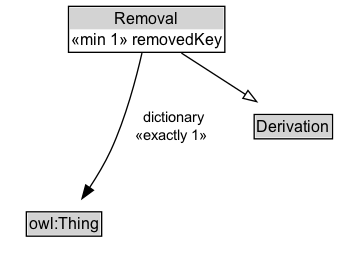
Earlier version of the Graphviz export docs/diagrams/Removal.dot.png (k-vaughn/ontology-import-prov). Its source is kept beside it as docs/diagrams/Removal.dot.
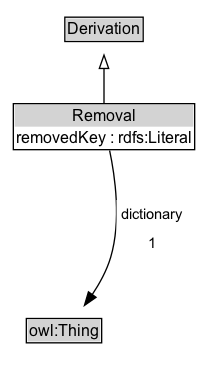
The same file after the commit.

The edit, as a diff of the source:
```diff
@@ -2,19 +2,22 @@
 	graph [overlap=false rankdir=TB splines=true]
 	node [fontname=Arial fontsize=12 margin=0 shape=none]
 	edge [fontname=Arial fontsize=11]
-	Removal [label=<<TABLE BORDER="1" CELLBORDER="0" CELLSPACING="0" CELLPADDING="1"><TR><TD BGCOLOR="lightgray" ALIGN="CENTER">Removal</TD></TR><TR><TD ALIGN="LEFT">«min 1» removedKey</TD></TR></TABLE>> URL="../Removal" margin=0]
+	{
+		rank=source
+		Derivation [label=<<TABLE BORDER="1" CELLBORDER="0" CELLSPACING="0" CELLPADDING="1"><TR><TD BGCOLOR="lightgray" ALIGN="CENTER">Derivation</TD></TR></TABLE>> URL="../Derivation" margin=0]
+	}
+	Removal [label=<<TABLE BORDER="1" CELLBORDER="0" CELLSPACING="0" CELLPADDING="1"><TR><TD BGCOLOR="lightgray" ALIGN="CENTER">Removal</TD></TR><TR><TD ALIGN="LEFT">removedKey : rdfs:Literal</TD></TR></TABLE>> URL="../Removal" margin=0]
 	{
 		rank=max
 	}
 	subgraph cluster_associated {
 		label="" style=invis
 		Invis [label=<<TABLE BORDER="0" CELLBORDER="0" CELLSPACING="0" CELLPADDING="1"><TR><TD></TD></TR></TABLE>> margin=0 style=invis]
-		owl_Thing [label=<<TABLE BORDER="1" CELLBORDER="0" CELLSPACING="0" CELLPADDING="1"><TR><TD BGCOLOR="lightgray" ALIGN="CENTER">owl:Thing</TD></TR></TABLE>> URL="https://w3id.org/citydata/imported/owl/Thing" margin=0]
+		owl_Thing [label=<<TABLE BORDER="1" CELLBORDER="0" CELLSPACING="0" CELLPADDING="1"><TR><TD BGCOLOR="lightgray" ALIGN="CENTER">owl:Thing</TD></TR></TABLE>> URL="https://w3id.org/citydata/imported/owl/latest/Thing" margin=0]
 	}
-	Derivation [label=<<TABLE BORDER="1" CELLBORDER="0" CELLSPACING="0" CELLPADDING="1"><TR><TD BGCOLOR="lightgray" ALIGN="CENTER">Derivation</TD></TR></TABLE>> URL="../Derivation" margin=0]
 	Removal -> Derivation [arrowhead=onormal style=solid]
 	Removal -> Invis [style=invis]
 	Invis -> owl_Thing [style=invis]
-	Removal -> owl_Thing [label=" dictionary
- «exactly 1»  " arrowhead=normal style=solid]
+	owl_Thing [label=<<TABLE BORDER="1" CELLBORDER="0" CELLSPACING="0" CELLPADDING="1"><TR><TD BGCOLOR="lightgray" ALIGN="CENTER">owl:Thing</TD></TR></TABLE>> URL="https://w3id.org/citydata/imported/owl/latest/Thing" margin=0]
+	Removal -> owl_Thing [label=<<TABLE BORDER="0" CELLBORDER="0" CELLSPACING="0" CELLPADDING="4" BGCOLOR="white"><TR><TD ALIGN="CENTER">dictionary</TD></TR><TR><TD ALIGN="CENTER">1</TD></TR></TABLE>> arrowhead=normal style=solid]
 }
```
